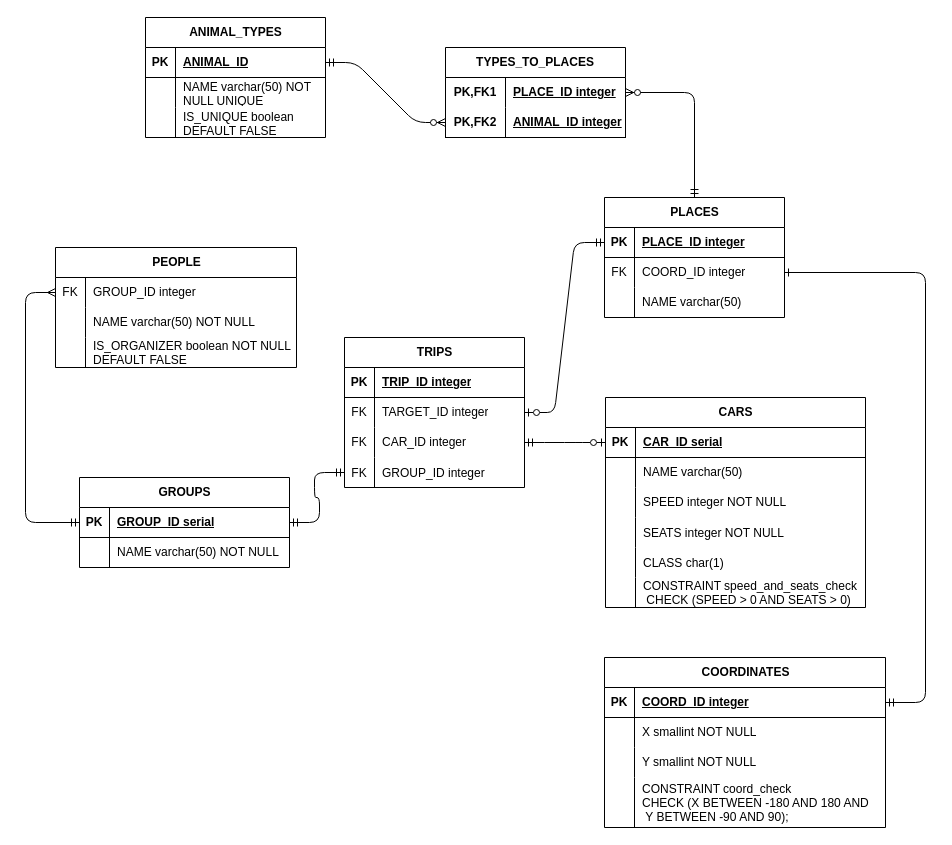
Earlier version of the draw.io diagram lab3/OriginalModel.drawio (Xaabibas/Databases). Source tidied: cells renumbered, new cells numbered last; positions are measured from the earlier drawing's top-left corner, leaving out a move shared by most shapes. Both pictures are drawn from the tidied source at 100%, with x=0, y=0 at pixel (25, 17).
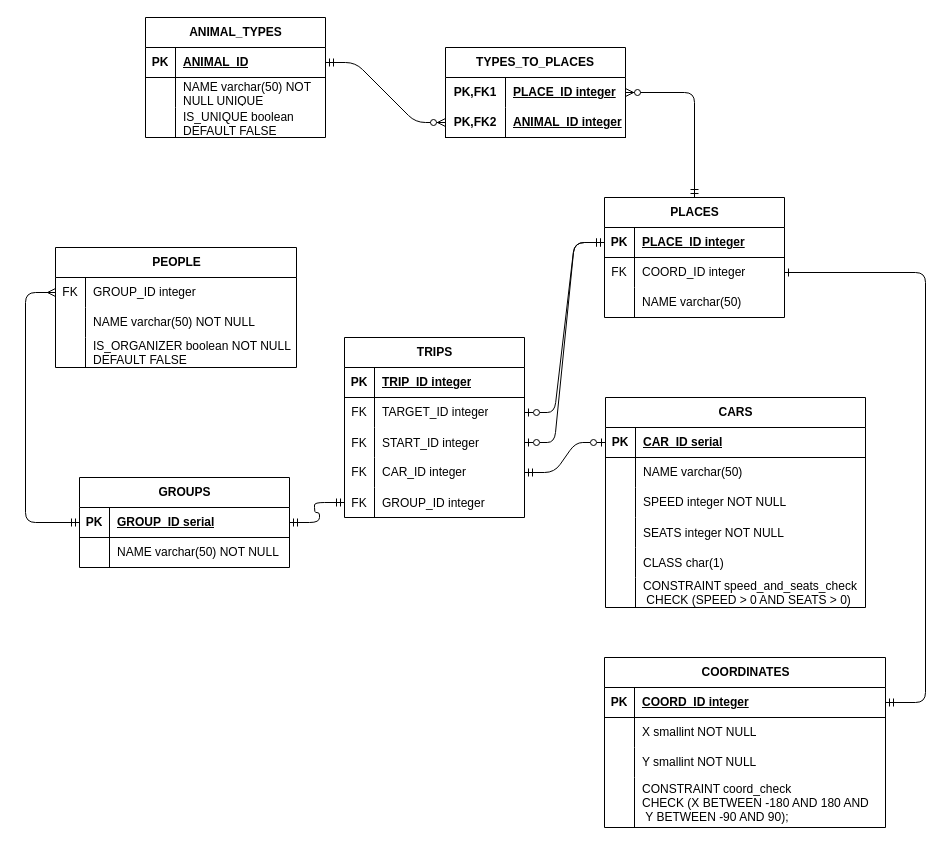
Above is the later version.

The change refers to these unchanged cells:
```xml
<mxCell id="35" style="shape=tableRow;horizontal=0;startSize=0;swimlaneHead=0;swimlaneBody=0;fillColor=none;points=[[0,0.5],[1,0.5]];portConstraint=eastwest;top=0;left=0;right=0;bottom=1;" parent="34" vertex="1">
  <mxGeometry y="30" width="180" height="30" as="geometry" />
</mxCell>
```

Change to the diagram source:
```diff
@@
     <mxCell id="2" value="TRIPS" style="shape=table;startSize=30;childLayout=tableLayout;rowLines=0;fontStyle=1;align=center;html=1;" parent="1" vertex="1">
-      <mxGeometry x="319" y="320" width="180" height="150" as="geometry" />
+      <mxGeometry x="319" y="320" width="180" height="180" as="geometry" />
     </mxCell>
@@
+    <mxCell id="98" style="shape=tableRow;horizontal=0;startSize=0;swimlaneHead=0;swimlaneBody=0;fillColor=none;points=[[0,0.5],[1,0.5]];portConstraint=eastwest;top=0;left=0;right=0;bottom=0;" parent="2" vertex="1">
+      <mxGeometry y="90" width="180" height="30" as="geometry" />
+    </mxCell>
+    <mxCell id="99" value="FK" style="shape=partialRectangle;fillColor=none;top=0;left=0;bottom=0;right=0;overflow=hidden;" parent="98" vertex="1">
+      <mxGeometry width="30" height="30" as="geometry" />
+    </mxCell>
+    <mxCell id="100" value="START_ID integer" style="shape=partialRectangle;fillColor=none;top=0;left=0;bottom=0;right=0;align=left;spacingLeft=6;overflow=hidden;" parent="98" vertex="1">
+      <mxGeometry x="30" width="150" height="30" as="geometry" />
+    </mxCell>
     <mxCell id="9" style="shape=tableRow;horizontal=0;startSize=0;swimlaneHead=0;swimlaneBody=0;fillColor=none;points=[[0,0.5],[1,0.5]];portConstraint=eastwest;top=0;left=0;right=0;bottom=0;" parent="2" vertex="1">
-      <mxGeometry y="90" width="180" height="30" as="geometry" />
+      <mxGeometry y="120" width="180" height="30" as="geometry" />
     </mxCell>
@@
     <mxCell id="12" style="shape=tableRow;horizontal=0;startSize=0;swimlaneHead=0;swimlaneBody=0;fillColor=none;points=[[0,0.5],[1,0.5]];portConstraint=eastwest;top=0;left=0;right=0;bottom=0;" parent="2" vertex="1">
-      <mxGeometry y="120" width="180" height="30" as="geometry" />
+      <mxGeometry y="150" width="180" height="30" as="geometry" />
     </mxCell>
@@
+    <mxCell id="101" style="edgeStyle=entityRelationEdgeStyle;fontSize=12;html=1;endArrow=ERmandOne;startArrow=ERzeroToOne;rounded=1;exitX=1;exitY=0.5;exitDx=0;exitDy=0;endFill=0;startFill=0;curved=0;entryX=0;entryY=0.5;entryDx=0;entryDy=0;" parent="1" edge="1" source="98" target="35">
+      <mxGeometry relative="1" as="geometry" />
+    </mxCell>
```
